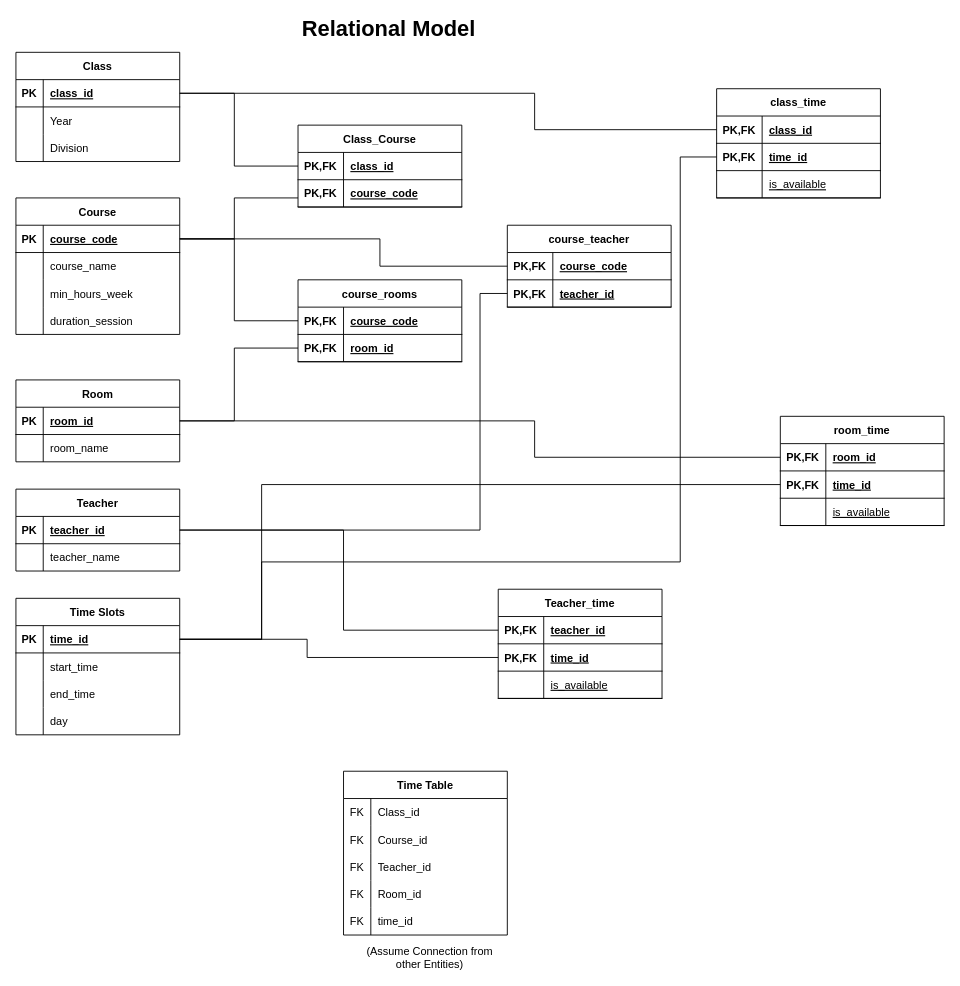
Earlier version of the draw.io diagram Database/Relational Model.drawio (parmar-mohit/Automated_Time_Table_Scheduler). Source tidied: cells renumbered, new cells numbered last; positions are measured from the earlier drawing's top-left corner, leaving out a move shared by most shapes. Both pictures are drawn from the tidied source at 91%, with x=0, y=0 at pixel (15, 15).
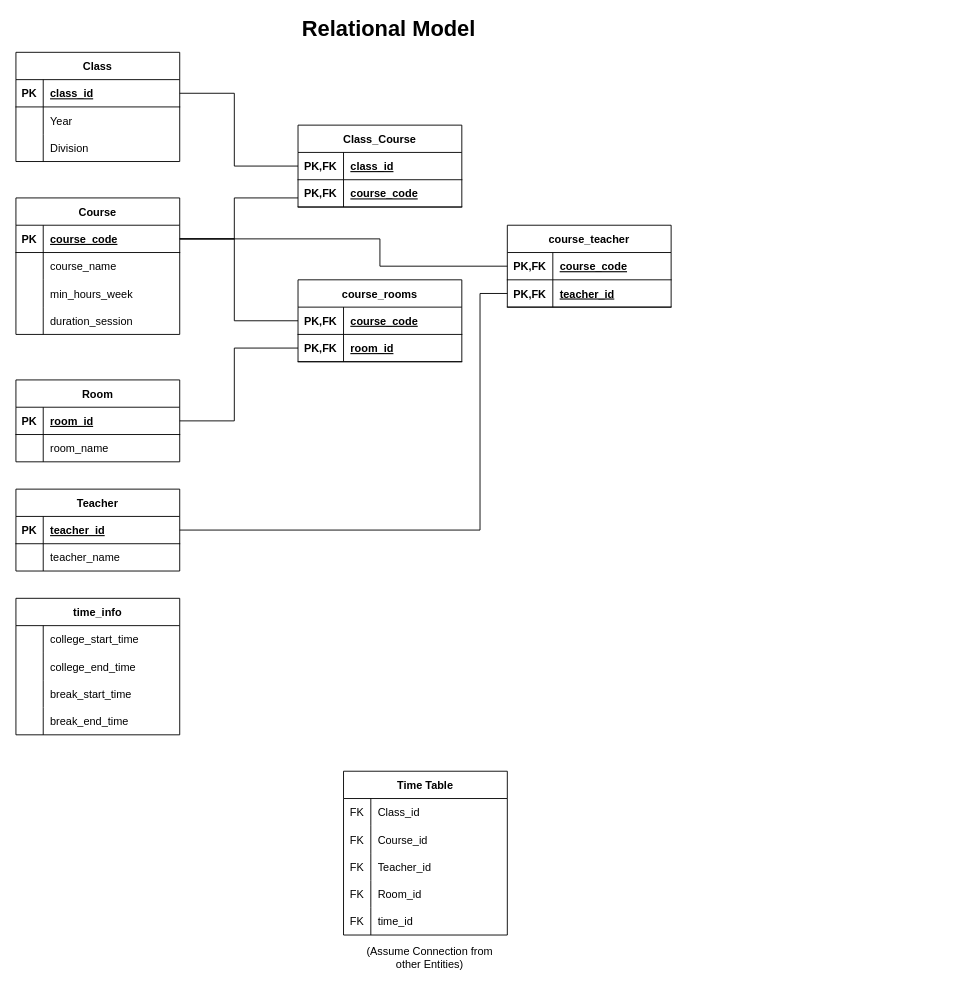
The same diagram, later.

Unchanged cells that the change refers to:
```xml
<mxCell id="4" style="shape=tableRow;horizontal=0;startSize=0;swimlaneHead=0;swimlaneBody=0;fillColor=none;points=[[0,0.5],[1,0.5]];portConstraint=eastwest;top=0;left=0;right=0;bottom=1;fontSize=24;" parent="3" vertex="1">
  <mxGeometry y="30" width="180" height="30" as="geometry" />
</mxCell>
<mxCell id="27" style="shape=tableRow;horizontal=0;startSize=0;swimlaneHead=0;swimlaneBody=0;fillColor=none;points=[[0,0.5],[1,0.5]];portConstraint=eastwest;top=0;left=0;right=0;bottom=1;fontSize=24;" parent="26" vertex="1">
  <mxGeometry y="30" width="180" height="30" as="geometry" />
</mxCell>
<mxCell id="34" style="shape=tableRow;horizontal=0;startSize=0;swimlaneHead=0;swimlaneBody=0;fillColor=none;points=[[0,0.5],[1,0.5]];portConstraint=eastwest;top=0;left=0;right=0;bottom=1;fontSize=24;" parent="33" vertex="1">
  <mxGeometry y="30" width="180" height="30" as="geometry" />
</mxCell>
```

What changed in the source:
```diff
@@
-    <mxCell id="67" value="Time Slots" style="shape=table;startSize=30;childLayout=tableLayout;rowLines=0;fontStyle=1;align=center;fontSize=12;" parent="1" vertex="1">
+    <mxCell id="67" value="time_info" style="shape=table;startSize=30;childLayout=tableLayout;rowLines=0;fontStyle=1;align=center;fontSize=12;" parent="1" vertex="1">
       <mxGeometry y="640" width="180" height="150" as="geometry" />
     </mxCell>
-    <mxCell id="68" style="shape=tableRow;horizontal=0;startSize=0;swimlaneHead=0;swimlaneBody=0;fillColor=none;points=[[0,0.5],[1,0.5]];portConstraint=eastwest;top=0;left=0;right=0;bottom=1;fontSize=24;" parent="67" vertex="1">
-      <mxGeometry y="30" width="180" height="30" as="geometry" />
-    </mxCell>
-    <mxCell id="69" value="PK" style="shape=partialRectangle;fillColor=none;top=0;left=0;bottom=0;right=0;fontStyle=1;overflow=hidden;fontSize=12;" parent="68" vertex="1">
-      <mxGeometry width="30" height="30" as="geometry" />
-    </mxCell>
-    <mxCell id="70" value="time_id" style="shape=partialRectangle;fillColor=none;top=0;left=0;bottom=0;right=0;align=left;spacingLeft=6;fontStyle=5;overflow=hidden;fontSize=12;" parent="68" vertex="1">
-      <mxGeometry x="30" width="150" height="30" as="geometry" />
-    </mxCell>
     <mxCell id="71" style="shape=tableRow;horizontal=0;startSize=0;swimlaneHead=0;swimlaneBody=0;fillColor=none;top=0;left=0;right=0;bottom=0;fontSize=24;" parent="67" vertex="1">
-      <mxGeometry y="60" width="180" height="30" as="geometry" />
+      <mxGeometry y="30" width="180" height="30" as="geometry" />
     </mxCell>
@@
-    <mxCell id="73" value="start_time" style="shape=partialRectangle;fillColor=none;top=0;left=0;bottom=0;right=0;align=left;spacingLeft=6;overflow=hidden;fontSize=12;" parent="71" vertex="1">
+    <mxCell id="73" value="college_start_time" style="shape=partialRectangle;fillColor=none;top=0;left=0;bottom=0;right=0;align=left;spacingLeft=6;overflow=hidden;fontSize=12;" parent="71" vertex="1">
       <mxGeometry x="30" width="150" height="30" as="geometry" />
     </mxCell>
     <mxCell id="74" style="shape=tableRow;horizontal=0;startSize=0;swimlaneHead=0;swimlaneBody=0;fillColor=none;top=0;left=0;right=0;bottom=0;fontSize=24;" parent="67" vertex="1">
-      <mxGeometry y="90" width="180" height="30" as="geometry" />
+      <mxGeometry y="60" width="180" height="30" as="geometry" />
     </mxCell>
@@
-    <mxCell id="76" value="end_time" style="shape=partialRectangle;fillColor=none;top=0;left=0;bottom=0;right=0;align=left;spacingLeft=6;overflow=hidden;fontSize=12;" parent="74" vertex="1">
+    <mxCell id="76" value="college_end_time" style="shape=partialRectangle;fillColor=none;top=0;left=0;bottom=0;right=0;align=left;spacingLeft=6;overflow=hidden;fontSize=12;" parent="74" vertex="1">
       <mxGeometry x="30" width="150" height="30" as="geometry" />
     </mxCell>
     <mxCell id="77" style="shape=tableRow;horizontal=0;startSize=0;swimlaneHead=0;swimlaneBody=0;fillColor=none;top=0;left=0;right=0;bottom=0;fontSize=24;" parent="67" vertex="1">
-      <mxGeometry y="120" width="180" height="30" as="geometry" />
+      <mxGeometry y="90" width="180" height="30" as="geometry" />
     </mxCell>
@@
-    <mxCell id="79" value="day" style="shape=partialRectangle;fillColor=none;top=0;left=0;bottom=0;right=0;align=left;spacingLeft=6;overflow=hidden;fontSize=12;" parent="77" vertex="1">
+    <mxCell id="79" value="break_start_time" style="shape=partialRectangle;fillColor=none;top=0;left=0;bottom=0;right=0;align=left;spacingLeft=6;overflow=hidden;fontSize=12;" parent="77" vertex="1">
       <mxGeometry x="30" width="150" height="30" as="geometry" />
     </mxCell>
-    <mxCell id="80" value="Teacher_time" style="shape=table;startSize=30;childLayout=tableLayout;rowLines=0;fontStyle=1;align=center;fontSize=12;" parent="1" vertex="1">
-      <mxGeometry x="530" y="630" width="180" height="120" as="geometry" />
-    </mxCell>
-    <mxCell id="81" style="shape=tableRow;horizontal=0;startSize=0;swimlaneHead=0;swimlaneBody=0;fillColor=none;points=[[0,0.5],[1,0.5]];portConstraint=eastwest;top=0;left=0;right=0;bottom=1;fontSize=24;" parent="80" vertex="1">
-      <mxGeometry y="30" width="180" height="30" as="geometry" />
-    </mxCell>
-    <mxCell id="82" value="PK,FK" style="shape=partialRectangle;fillColor=none;top=0;left=0;bottom=0;right=0;fontStyle=1;overflow=hidden;fontSize=12;" parent="81" vertex="1">
-      <mxGeometry width="50" height="30" as="geometry" />
-    </mxCell>
-    <mxCell id="83" value="teacher_id" style="shape=partialRectangle;fillColor=none;top=0;left=0;bottom=0;right=0;align=left;spacingLeft=6;fontStyle=5;overflow=hidden;fontSize=12;" parent="81" vertex="1">
-      <mxGeometry x="50" width="130" height="30" as="geometry" />
-    </mxCell>
-    <mxCell id="84" style="shape=tableRow;horizontal=0;startSize=0;swimlaneHead=0;swimlaneBody=0;fillColor=none;points=[[0,0.5],[1,0.5]];portConstraint=eastwest;top=0;left=0;right=0;bottom=1;fontSize=24;" parent="80" vertex="1">
-      <mxGeometry y="60" width="180" height="30" as="geometry" />
-    </mxCell>
-    <mxCell id="85" value="PK,FK" style="shape=partialRectangle;fillColor=none;top=0;left=0;bottom=0;right=0;fontStyle=1;overflow=hidden;fontSize=12;" parent="84" vertex="1">
-      <mxGeometry width="50" height="30" as="geometry" />
-    </mxCell>
-    <mxCell id="86" value="time_id" style="shape=partialRectangle;fillColor=none;top=0;left=0;bottom=0;right=0;align=left;spacingLeft=6;fontStyle=5;overflow=hidden;fontSize=12;" parent="84" vertex="1">
-      <mxGeometry x="50" width="130" height="30" as="geometry" />
-    </mxCell>
-    <mxCell id="87" style="shape=tableRow;horizontal=0;startSize=0;swimlaneHead=0;swimlaneBody=0;fillColor=none;top=0;left=0;right=0;bottom=1;fontSize=24;" parent="80" vertex="1">
-      <mxGeometry y="90" width="180" height="30" as="geometry" />
-    </mxCell>
-    <mxCell id="88" style="shape=partialRectangle;fillColor=none;top=0;left=0;bottom=0;right=0;fontStyle=1;overflow=hidden;fontSize=12;" parent="87" vertex="1">
-      <mxGeometry width="50" height="30" as="geometry" />
-    </mxCell>
-    <mxCell id="89" value="is_available" style="shape=partialRectangle;fillColor=none;top=0;left=0;bottom=0;right=0;align=left;spacingLeft=6;fontStyle=4;overflow=hidden;fontSize=12;" parent="87" vertex="1">
-      <mxGeometry x="50" width="130" height="30" as="geometry" />
-    </mxCell>
-    <mxCell id="90" style="endArrow=none;html=1;rounded=0;fontSize=12;exitX=1;exitY=0.5;exitDx=0;exitDy=0;entryX=0;entryY=0.5;entryDx=0;entryDy=0;" parent="1" edge="1" source="34" target="81">
-      <mxGeometry relative="1" as="geometry">
-        <Array as="points">
-          <mxPoint x="360" y="565" />
-          <mxPoint x="360" y="675" />
-        </Array>
-      </mxGeometry>
-    </mxCell>
-    <mxCell id="91" style="endArrow=none;html=1;rounded=0;fontSize=12;exitX=1;exitY=0.5;exitDx=0;exitDy=0;entryX=0;entryY=0.5;entryDx=0;entryDy=0;" parent="1" edge="1" source="68" target="84">
-      <mxGeometry relative="1" as="geometry">
-        <Array as="points">
-          <mxPoint x="320" y="685" />
-          <mxPoint x="320" y="705" />
-        </Array>
-      </mxGeometry>
-    </mxCell>
-    <mxCell id="92" value="class_time" style="shape=table;startSize=30;childLayout=tableLayout;rowLines=0;fontStyle=1;align=center;fontSize=12;" parent="1" vertex="1">
-      <mxGeometry x="770" y="80" width="180" height="120" as="geometry" />
-    </mxCell>
-    <mxCell id="93" style="shape=tableRow;horizontal=0;startSize=0;swimlaneHead=0;swimlaneBody=0;fillColor=none;points=[[0,0.5],[1,0.5]];portConstraint=eastwest;top=0;left=0;right=0;bottom=1;fontSize=24;" parent="92" vertex="1">
-      <mxGeometry y="30" width="180" height="30" as="geometry" />
-    </mxCell>
-    <mxCell id="94" value="PK,FK" style="shape=partialRectangle;fillColor=none;top=0;left=0;bottom=0;right=0;fontStyle=1;overflow=hidden;fontSize=12;" parent="93" vertex="1">
-      <mxGeometry width="50" height="30" as="geometry" />
-    </mxCell>
-    <mxCell id="95" value="class_id" style="shape=partialRectangle;fillColor=none;top=0;left=0;bottom=0;right=0;align=left;spacingLeft=6;fontStyle=5;overflow=hidden;fontSize=12;" parent="93" vertex="1">
-      <mxGeometry x="50" width="130" height="30" as="geometry" />
-    </mxCell>
-    <mxCell id="96" style="shape=tableRow;horizontal=0;startSize=0;swimlaneHead=0;swimlaneBody=0;fillColor=none;points=[[0,0.5],[1,0.5]];portConstraint=eastwest;top=0;left=0;right=0;bottom=1;fontSize=24;" parent="92" vertex="1">
-      <mxGeometry y="60" width="180" height="30" as="geometry" />
-    </mxCell>
-    <mxCell id="97" value="PK,FK" style="shape=partialRectangle;fillColor=none;top=0;left=0;bottom=0;right=0;fontStyle=1;overflow=hidden;fontSize=12;" parent="96" vertex="1">
-      <mxGeometry width="50" height="30" as="geometry" />
-    </mxCell>
-    <mxCell id="98" value="time_id" style="shape=partialRectangle;fillColor=none;top=0;left=0;bottom=0;right=0;align=left;spacingLeft=6;fontStyle=5;overflow=hidden;fontSize=12;" parent="96" vertex="1">
-      <mxGeometry x="50" width="130" height="30" as="geometry" />
-    </mxCell>
-    <mxCell id="99" style="shape=tableRow;horizontal=0;startSize=0;swimlaneHead=0;swimlaneBody=0;fillColor=none;top=0;left=0;right=0;bottom=1;fontSize=24;" parent="92" vertex="1">
-      <mxGeometry y="90" width="180" height="30" as="geometry" />
-    </mxCell>
-    <mxCell id="100" style="shape=partialRectangle;fillColor=none;top=0;left=0;bottom=0;right=0;fontStyle=1;overflow=hidden;fontSize=12;" parent="99" vertex="1">
-      <mxGeometry width="50" height="30" as="geometry" />
-    </mxCell>
-    <mxCell id="101" value="is_available" style="shape=partialRectangle;fillColor=none;top=0;left=0;bottom=0;right=0;align=left;spacingLeft=6;fontStyle=4;overflow=hidden;fontSize=12;" parent="99" vertex="1">
-      <mxGeometry x="50" width="130" height="30" as="geometry" />
-    </mxCell>
-    <mxCell id="102" style="endArrow=none;html=1;rounded=0;fontSize=12;exitX=1;exitY=0.5;exitDx=0;exitDy=0;entryX=0;entryY=0.5;entryDx=0;entryDy=0;" parent="1" edge="1" source="4" target="93">
-      <mxGeometry relative="1" as="geometry">
-        <Array as="points">
-          <mxPoint x="570" y="85" />
-          <mxPoint x="570" y="125" />
-        </Array>
-      </mxGeometry>
-    </mxCell>
-    <mxCell id="103" style="endArrow=none;html=1;rounded=0;fontSize=12;entryX=0;entryY=0.5;entryDx=0;entryDy=0;exitX=1;exitY=0.5;exitDx=0;exitDy=0;" parent="1" edge="1" source="68" target="96">
-      <mxGeometry relative="1" as="geometry">
-        <Array as="points">
-          <mxPoint x="270" y="685" />
-          <mxPoint x="270" y="600" />
-          <mxPoint x="730" y="600" />
-          <mxPoint x="730" y="155" />
-        </Array>
-      </mxGeometry>
-    </mxCell>
-    <mxCell id="104" value="room_time" style="shape=table;startSize=30;childLayout=tableLayout;rowLines=0;fontStyle=1;align=center;fontSize=12;" parent="1" vertex="1">
-      <mxGeometry x="840" y="440" width="180" height="120" as="geometry" />
-    </mxCell>
-    <mxCell id="105" style="shape=tableRow;horizontal=0;startSize=0;swimlaneHead=0;swimlaneBody=0;fillColor=none;points=[[0,0.5],[1,0.5]];portConstraint=eastwest;top=0;left=0;right=0;bottom=1;fontSize=24;" parent="104" vertex="1">
-      <mxGeometry y="30" width="180" height="30" as="geometry" />
-    </mxCell>
-    <mxCell id="106" value="PK,FK" style="shape=partialRectangle;fillColor=none;top=0;left=0;bottom=0;right=0;fontStyle=1;overflow=hidden;fontSize=12;" parent="105" vertex="1">
-      <mxGeometry width="50" height="30" as="geometry" />
-    </mxCell>
-    <mxCell id="107" value="room_id" style="shape=partialRectangle;fillColor=none;top=0;left=0;bottom=0;right=0;align=left;spacingLeft=6;fontStyle=5;overflow=hidden;fontSize=12;" parent="105" vertex="1">
-      <mxGeometry x="50" width="130" height="30" as="geometry" />
-    </mxCell>
-    <mxCell id="108" style="shape=tableRow;horizontal=0;startSize=0;swimlaneHead=0;swimlaneBody=0;fillColor=none;points=[[0,0.5],[1,0.5]];portConstraint=eastwest;top=0;left=0;right=0;bottom=1;fontSize=24;" parent="104" vertex="1">
-      <mxGeometry y="60" width="180" height="30" as="geometry" />
-    </mxCell>
-    <mxCell id="109" value="PK,FK" style="shape=partialRectangle;fillColor=none;top=0;left=0;bottom=0;right=0;fontStyle=1;overflow=hidden;fontSize=12;" parent="108" vertex="1">
-      <mxGeometry width="50" height="30" as="geometry" />
-    </mxCell>
-    <mxCell id="110" value="time_id" style="shape=partialRectangle;fillColor=none;top=0;left=0;bottom=0;right=0;align=left;spacingLeft=6;fontStyle=5;overflow=hidden;fontSize=12;" parent="108" vertex="1">
-      <mxGeometry x="50" width="130" height="30" as="geometry" />
-    </mxCell>
-    <mxCell id="111" style="shape=tableRow;horizontal=0;startSize=0;swimlaneHead=0;swimlaneBody=0;fillColor=none;top=0;left=0;right=0;bottom=1;fontSize=24;" parent="104" vertex="1">
-      <mxGeometry y="90" width="180" height="30" as="geometry" />
-    </mxCell>
-    <mxCell id="112" style="shape=partialRectangle;fillColor=none;top=0;left=0;bottom=0;right=0;fontStyle=1;overflow=hidden;fontSize=12;" parent="111" vertex="1">
-      <mxGeometry width="50" height="30" as="geometry" />
-    </mxCell>
-    <mxCell id="113" value="is_available" style="shape=partialRectangle;fillColor=none;top=0;left=0;bottom=0;right=0;align=left;spacingLeft=6;fontStyle=4;overflow=hidden;fontSize=12;" parent="111" vertex="1">
-      <mxGeometry x="50" width="130" height="30" as="geometry" />
-    </mxCell>
-    <mxCell id="114" style="endArrow=none;html=1;rounded=0;fontSize=12;exitX=1;exitY=0.5;exitDx=0;exitDy=0;entryX=0;entryY=0.5;entryDx=0;entryDy=0;" parent="1" edge="1" source="27" target="105">
-      <mxGeometry relative="1" as="geometry">
-        <Array as="points">
-          <mxPoint x="570" y="445" />
-          <mxPoint x="570" y="485" />
-        </Array>
-      </mxGeometry>
-    </mxCell>
-    <mxCell id="115" style="endArrow=none;html=1;rounded=0;fontSize=12;entryX=0;entryY=0.5;entryDx=0;entryDy=0;exitX=1;exitY=0.5;exitDx=0;exitDy=0;" parent="1" edge="1" source="68" target="108">
-      <mxGeometry relative="1" as="geometry">
-        <Array as="points">
-          <mxPoint x="270" y="685" />
-          <mxPoint x="270" y="515" />
-        </Array>
-      </mxGeometry>
-    </mxCell>
+    <mxCell id="133" style="shape=tableRow;horizontal=0;startSize=0;swimlaneHead=0;swimlaneBody=0;fillColor=none;top=0;left=0;right=0;bottom=0;fontSize=24;" parent="67" vertex="1">
+      <mxGeometry y="120" width="180" height="30" as="geometry" />
+    </mxCell>
+    <mxCell id="134" style="shape=partialRectangle;fillColor=none;top=0;left=0;bottom=0;right=0;overflow=hidden;fontSize=24;" parent="133" vertex="1">
+      <mxGeometry width="30" height="30" as="geometry" />
+    </mxCell>
+    <mxCell id="135" value="break_end_time" style="shape=partialRectangle;fillColor=none;top=0;left=0;bottom=0;right=0;align=left;spacingLeft=6;overflow=hidden;fontSize=12;" parent="133" vertex="1">
+      <mxGeometry x="30" width="150" height="30" as="geometry" />
+    </mxCell>
```
